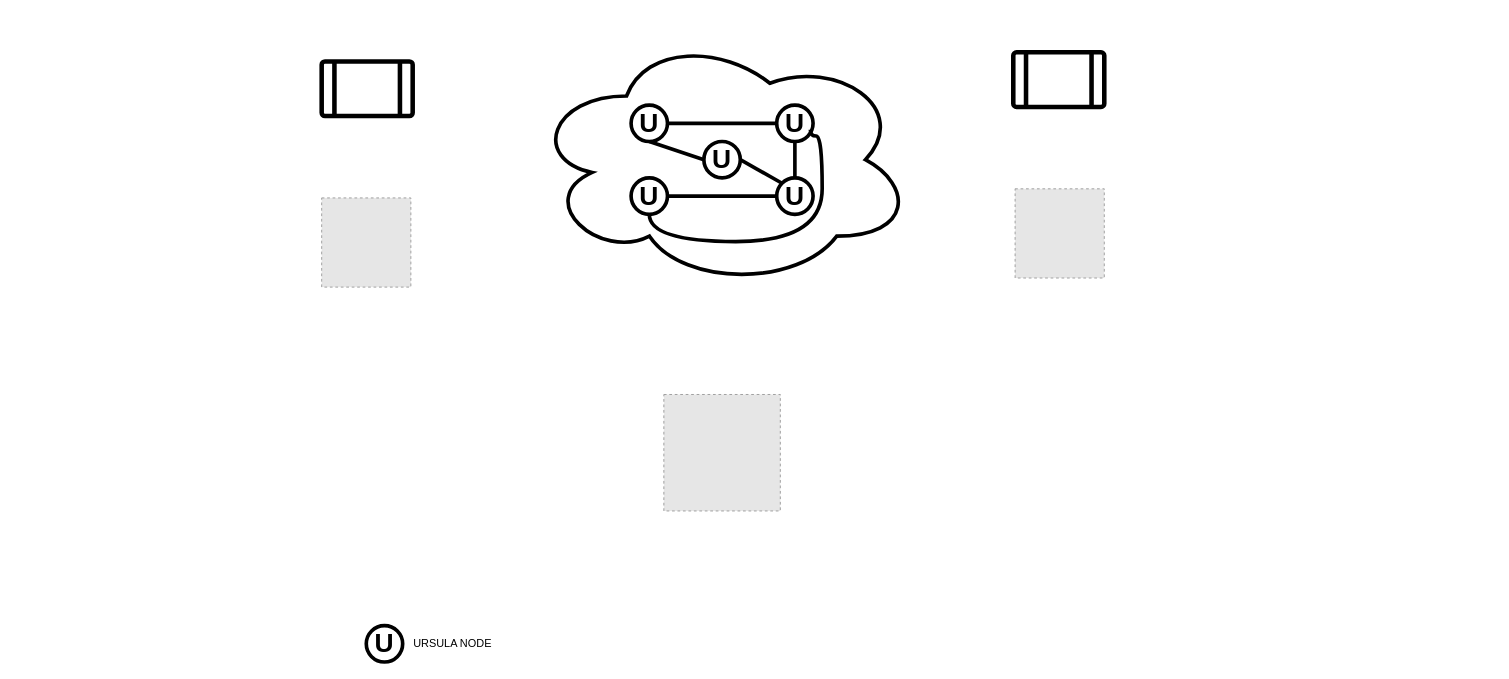
Above: Untitled Diagram.drawio in afrancht/everythingnucypher (draw.io), before the change. Source tidied: cells renumbered, new cells numbered last; positions are measured from the earlier drawing's top-left corner, leaving out a move shared by most shapes. Both pictures are drawn from the tidied source at 91%, with x=0, y=0 at pixel (321, 32). Pictures stored in the file or linked from it are replaced by grey dashed boxes.
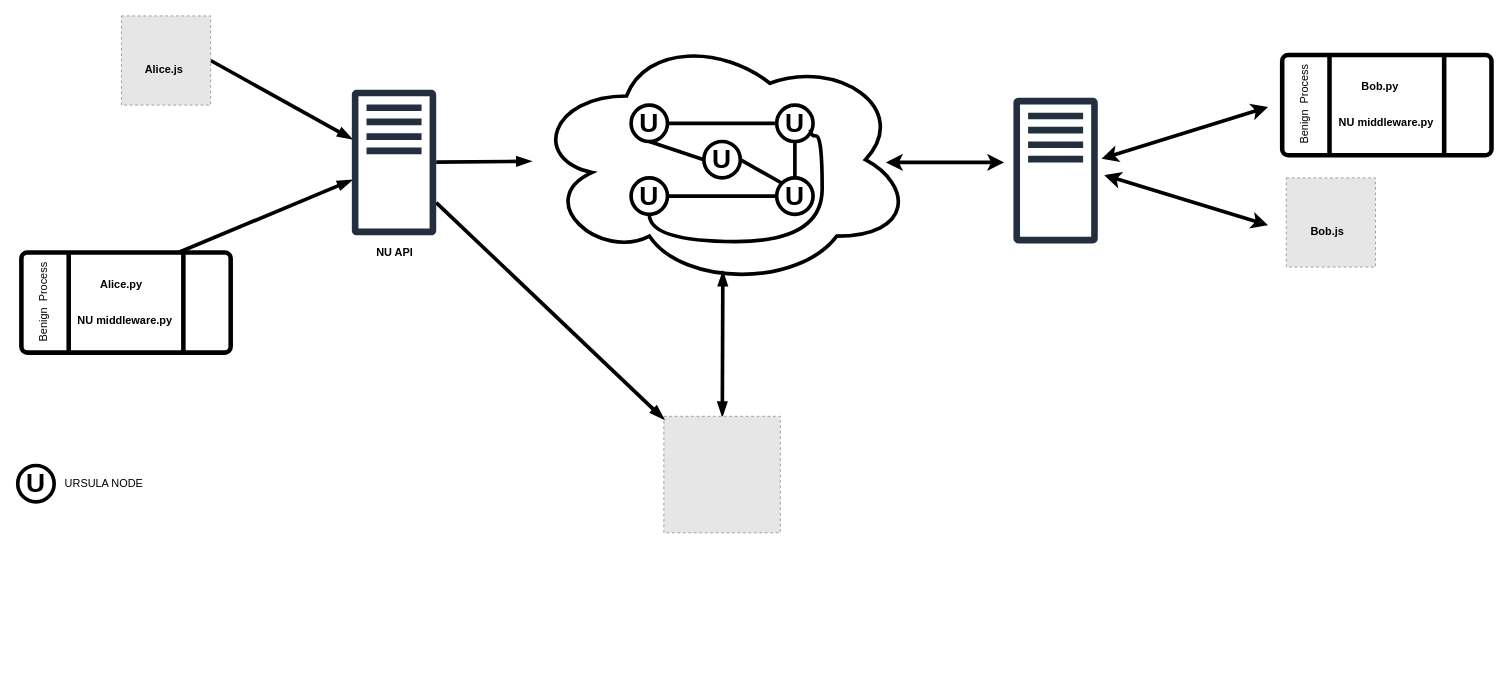
The same diagram, later.

Unchanged cells that the change refers to:
```xml
<mxCell id="2" style="ellipse;shape=cloud;whiteSpace=wrap;html=1;strokeWidth=4;" parent="1" vertex="1">
  <mxGeometry x="230" width="420" height="280" as="geometry" />
</mxCell>
```

What changed in the source:
```diff
@@
+    <mxCell id="21" style="edgeStyle=none;rounded=0;jettySize=auto;html=1;exitX=0.75;exitY=0;exitDx=0;exitDy=0;endArrow=blockThin;endFill=1;strokeWidth=4;" parent="1" edge="1" source="14" target="29">
+      <mxGeometry relative="1" as="geometry" />
+    </mxCell>
-    <mxCell id="14" style="verticalLabelPosition=bottom;verticalAlign=top;html=1;shape=process;whiteSpace=wrap;rounded=1;size=0.14;arcSize=6;strokeWidth=5;" parent="1" vertex="1">
-      <mxGeometry y="32" width="100" height="60" as="geometry" />
+    <mxCell id="14" style="verticalLabelPosition=bottom;verticalAlign=top;html=1;shape=process;whiteSpace=wrap;rounded=1;size=0.22488038277511962;arcSize=6;strokeWidth=5;" parent="1" vertex="1">
+      <mxGeometry x="-330" y="242" width="230" height="110" as="geometry" />
     </mxCell>
+    <mxCell id="22" style="rounded=0;jettySize=auto;html=1;exitX=1;exitY=0.5;exitDx=0;exitDy=0;endArrow=blockThin;endFill=1;strokeWidth=4;" parent="1" edge="1" source="15" target="29">
+      <mxGeometry relative="1" as="geometry" />
+    </mxCell>
     <mxCell id="15" style="fillColor=#E6E6E6;strokeColor=#999999;dashed=1;html=1;verticalAlign=top;verticalLabelPosition=bottom;labelBackgroundColor=#ffffff;" parent="1" vertex="1">
-      <mxGeometry y="182" width="98" height="98" as="geometry" />
+      <mxGeometry x="-220" y="-18" width="98" height="98" as="geometry" />
     </mxCell>
-    <mxCell id="16" style="verticalLabelPosition=bottom;verticalAlign=top;html=1;shape=process;whiteSpace=wrap;rounded=1;size=0.14;arcSize=6;strokeWidth=5;" parent="1" vertex="1">
-      <mxGeometry x="760" y="22" width="100" height="60" as="geometry" />
-    </mxCell>
     <mxCell id="17" style="fillColor=#E6E6E6;strokeColor=#999999;dashed=1;html=1;verticalAlign=top;verticalLabelPosition=bottom;labelBackgroundColor=#ffffff;" parent="1" vertex="1">
-      <mxGeometry x="762" y="172" width="98" height="98" as="geometry" />
+      <mxGeometry x="1060" y="160" width="98" height="98" as="geometry" />
     </mxCell>
     <mxCell id="18" value="&lt;font size=&quot;1&quot;&gt;&lt;b style=&quot;font-size: 29px&quot;&gt;U&lt;/b&gt;&lt;/font&gt;" style="ellipse;whiteSpace=wrap;html=1;strokeWidth=4;" parent="1" vertex="1">
-      <mxGeometry x="49" y="652" width="40" height="40" as="geometry" />
+      <mxGeometry x="-334" y="476" width="40" height="40" as="geometry" />
     </mxCell>
     <mxCell id="19" value="URSULA NODE" style="text;html=1;align=left;verticalAlign=top;spacingTop=-4;" parent="1" vertex="1">
-      <mxGeometry x="99" y="662" width="100" height="20" as="geometry" />
+      <mxGeometry x="-284" y="486" width="100" height="20" as="geometry" />
     </mxCell>
+    <mxCell id="23" style="edgeStyle=none;rounded=0;jettySize=auto;html=1;entryX=0.502;entryY=0.939;entryDx=0;entryDy=0;entryPerimeter=0;endArrow=blockThin;endFill=1;strokeWidth=4;startArrow=blockThin;startFill=1;" parent="1" edge="1" source="20" target="2">
+      <mxGeometry relative="1" as="geometry" />
+    </mxCell>
     <mxCell id="20" style="fillColor=#E6E6E6;strokeColor=#999999;dashed=1;html=1;verticalAlign=top;verticalLabelPosition=bottom;labelBackgroundColor=#ffffff;" parent="1" vertex="1">
-      <mxGeometry x="376" y="398" width="128" height="128" as="geometry" />
+      <mxGeometry x="376" y="422" width="128" height="128" as="geometry" />
     </mxCell>
+    <mxCell id="24" value="Alice.js" style="text;html=1;align=left;verticalAlign=top;spacingTop=-4;fontStyle=1;" parent="1" vertex="1">
+      <mxGeometry x="-196" y="31" width="50" height="20" as="geometry" />
+    </mxCell>
+    <mxCell id="25" value="&lt;b&gt;Alice.py&lt;/b&gt;" style="text;html=1;align=left;verticalAlign=top;spacingTop=-4;" parent="1" vertex="1">
+      <mxGeometry x="-245" y="267" width="60" height="20" as="geometry" />
+    </mxCell>
+    <mxCell id="26" value="&lt;b&gt;Bob.js&lt;/b&gt;" style="text;html=1;align=left;verticalAlign=top;spacingTop=-4;" parent="1" vertex="1">
+      <mxGeometry x="1085" y="209" width="50" height="20" as="geometry" />
+    </mxCell>
+    <mxCell id="27" style="edgeStyle=none;rounded=0;jettySize=auto;html=1;endArrow=blockThin;endFill=1;strokeWidth=4;" parent="1" edge="1" source="29" target="2">
+      <mxGeometry relative="1" as="geometry" />
+    </mxCell>
+    <mxCell id="28" style="edgeStyle=none;rounded=0;jettySize=auto;html=1;endArrow=blockThin;endFill=1;strokeWidth=4;" parent="1" edge="1" source="29" target="20">
+      <mxGeometry relative="1" as="geometry" />
+    </mxCell>
+    <mxCell id="29" style="outlineConnect=0;fontColor=#232F3E;gradientColor=none;fillColor=#232F3E;strokeColor=none;dashed=0;verticalLabelPosition=bottom;verticalAlign=top;align=center;html=1;fontSize=12;fontStyle=0;shape=mxgraph.aws4.traditional_server;strokeWidth=2;" parent="1" vertex="1">
+      <mxGeometry x="33" y="63" width="93" height="160" as="geometry" />
+    </mxCell>
+    <mxCell id="30" value="NU middleware.py" style="text;html=1;align=left;verticalAlign=top;spacingTop=-4;fontStyle=1;" parent="1" vertex="1">
+      <mxGeometry x="-270" y="307" width="110" height="20" as="geometry" />
+    </mxCell>
+    <mxCell id="31" value="NU API" style="text;html=1;align=center;verticalAlign=top;spacingTop=-4;fontStyle=1;" parent="1" vertex="1">
+      <mxGeometry x="55" y="232" width="50" height="20" as="geometry" />
+    </mxCell>
+    <mxCell id="32" value="Benign&amp;nbsp; Process" style="text;html=1;align=center;verticalAlign=top;spacingTop=-4;fontStyle=0;rotation=-90;" parent="1" vertex="1">
+      <mxGeometry x="-355" y="287" width="100" height="20" as="geometry" />
+    </mxCell>
+    <mxCell id="33" style="fontColor=#232F3E;gradientColor=none;fillColor=#232F3E;strokeColor=none;dashed=0;verticalLabelPosition=bottom;verticalAlign=top;align=center;html=1;fontSize=12;fontStyle=0;shape=mxgraph.aws4.traditional_server;strokeWidth=2;" parent="1" vertex="1">
+      <mxGeometry x="760" y="72" width="93" height="160" as="geometry" />
+    </mxCell>
+    <mxCell id="34" style="endArrow=classic;startArrow=classic;html=1;strokeWidth=4;" parent="1" edge="1">
+      <mxGeometry relative="1" as="geometry">
+        <mxPoint x="620" y="143" as="sourcePoint" />
+        <mxPoint x="750" y="143" as="targetPoint" />
+      </mxGeometry>
+    </mxCell>
+    <mxCell id="35" style="endArrow=classic;startArrow=classic;html=1;strokeWidth=4;" parent="1" edge="1">
+      <mxGeometry relative="1" as="geometry">
+        <mxPoint x="857" y="139" as="sourcePoint" />
+        <mxPoint x="1040" y="82" as="targetPoint" />
+      </mxGeometry>
+    </mxCell>
+    <mxCell id="36" style="endArrow=classic;startArrow=classic;html=1;strokeWidth=4;" parent="1" edge="1">
+      <mxGeometry relative="1" as="geometry">
+        <mxPoint x="860" y="157" as="sourcePoint" />
+        <mxPoint x="1040" y="212" as="targetPoint" />
+      </mxGeometry>
+    </mxCell>
+    <mxCell id="37" style="verticalLabelPosition=bottom;verticalAlign=top;html=1;shape=process;whiteSpace=wrap;rounded=1;size=0.22488038277511962;arcSize=6;strokeWidth=5;" parent="1" vertex="1">
+      <mxGeometry x="1055.5" y="25" width="230" height="110" as="geometry" />
+    </mxCell>
+    <mxCell id="38" value="&lt;b&gt;Bob.py&lt;/b&gt;" style="text;html=1;align=left;verticalAlign=top;spacingTop=-4;" parent="1" vertex="1">
+      <mxGeometry x="1140.5" y="50" width="60" height="20" as="geometry" />
+    </mxCell>
+    <mxCell id="39" value="NU middleware.py" style="text;html=1;align=left;verticalAlign=top;spacingTop=-4;fontStyle=1;" parent="1" vertex="1">
+      <mxGeometry x="1115.5" y="90" width="110" height="20" as="geometry" />
+    </mxCell>
+    <mxCell id="40" value="Benign&amp;nbsp; Process" style="text;html=1;align=center;verticalAlign=top;spacingTop=-4;fontStyle=0;rotation=-90;" parent="1" vertex="1">
+      <mxGeometry x="1030.5" y="70" width="100" height="20" as="geometry" />
+    </mxCell>
```
